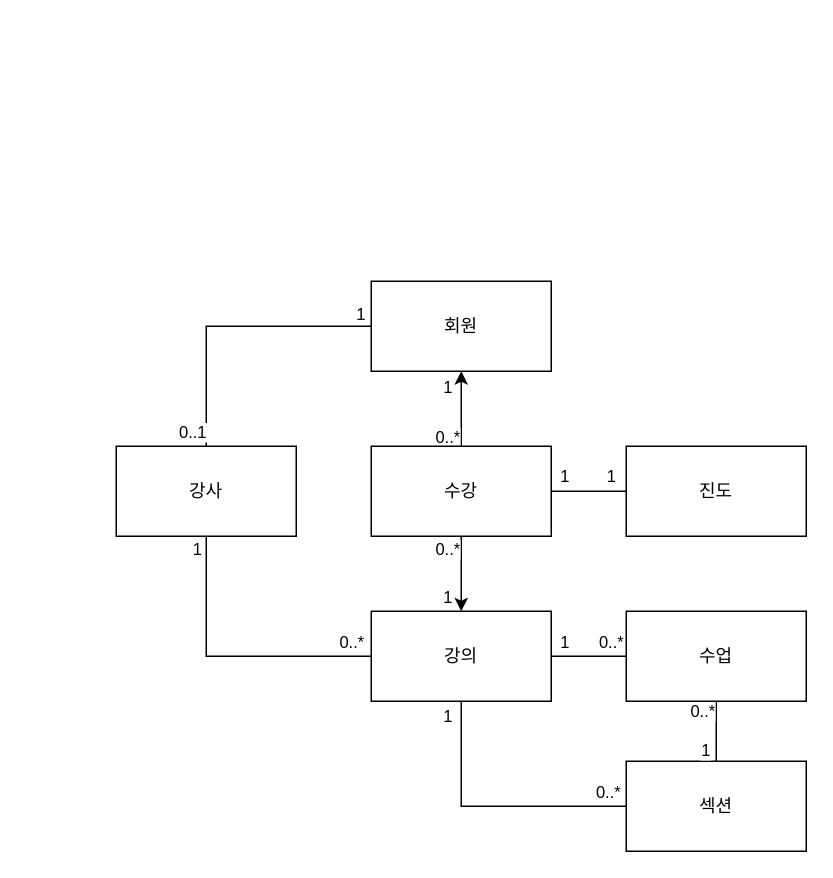
This is 도메인모델.drawio from YoungChulShin/inflearn-tobi-clearn-spring-part2, a draw.io file, before an edit. Source tidied: cells renumbered, new cells numbered last; positions are measured from the earlier drawing's top-left corner, leaving out a move shared by most shapes. Both pictures are drawn from the tidied source at 150%, with x=0, y=0 at pixel (116, 280).
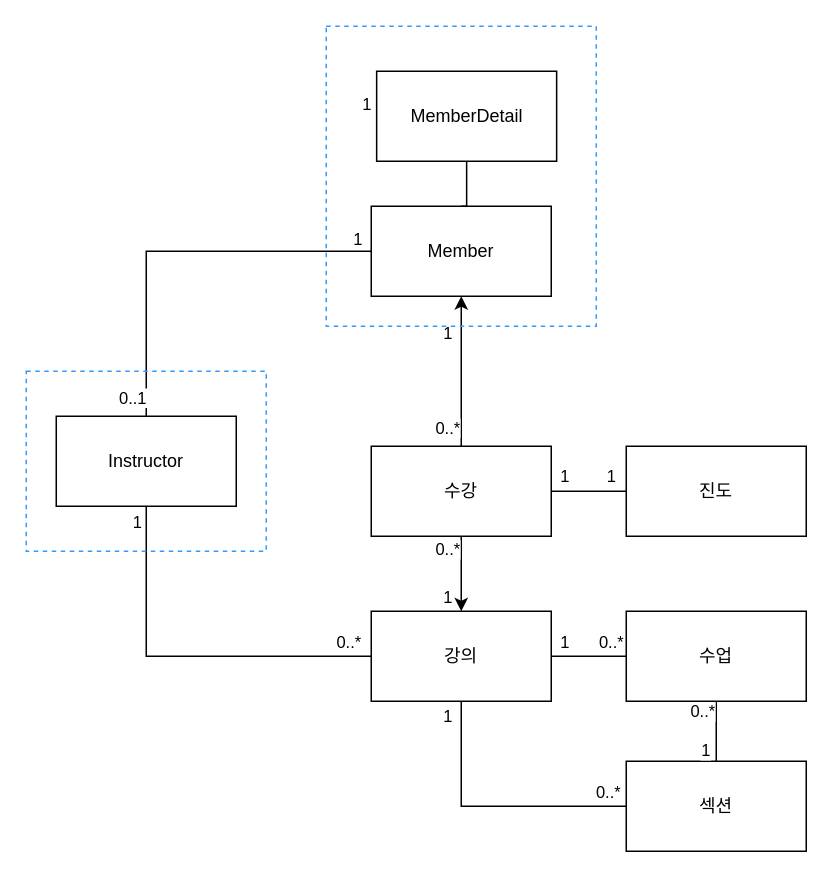
After the change.

Unchanged cells that the change refers to:
```xml
<mxCell id="4" value="강의" style="rounded=0;whiteSpace=wrap;html=1;" parent="1" vertex="1">
  <mxGeometry x="170" y="220" width="120" height="60" as="geometry" />
</mxCell>
```

Change to the diagram source:
```diff
@@
+    <mxCell id="32" style="edgeStyle=orthogonalEdgeStyle;rounded=0;jettySize=auto;html=1;exitX=0.5;exitY=0;exitDx=0;exitDy=0;entryX=0.5;entryY=1;entryDx=0;entryDy=0;endArrow=none;endFill=0;" parent="1" edge="1" source="2" target="33">
+      <mxGeometry relative="1" as="geometry" />
+    </mxCell>
-    <mxCell id="2" value="회원" style="rounded=0;whiteSpace=wrap;html=1;" parent="1" vertex="1">
-      <mxGeometry x="170" width="120" height="60" as="geometry" />
+    <mxCell id="2" value="Member" style="rounded=0;whiteSpace=wrap;html=1;" parent="1" vertex="1">
+      <mxGeometry x="170" y="-50" width="120" height="60" as="geometry" />
     </mxCell>
-    <mxCell id="3" value="강사" style="rounded=0;whiteSpace=wrap;html=1;" parent="1" vertex="1">
-      <mxGeometry y="110" width="120" height="60" as="geometry" />
+    <mxCell id="3" value="Instructor" style="rounded=0;whiteSpace=wrap;html=1;" parent="1" vertex="1">
+      <mxGeometry x="-40" y="90" width="120" height="60" as="geometry" />
     </mxCell>
@@
     <mxCell id="15" style="endArrow=none;html=1;rounded=0;entryX=0;entryY=0.5;entryDx=0;entryDy=0;exitX=0.5;exitY=0;exitDx=0;exitDy=0;" parent="1" edge="1" source="3" target="2">
       <mxGeometry relative="1" as="geometry">
         <Array as="points">
-          <mxPoint x="60" y="30" />
+          <mxPoint x="20" y="-20" />
         </Array>
       </mxGeometry>
     </mxCell>
@@
     <mxCell id="18" style="endArrow=none;html=1;rounded=0;entryX=0.5;entryY=1;entryDx=0;entryDy=0;exitX=0;exitY=0.5;exitDx=0;exitDy=0;" parent="1" edge="1" source="4" target="3">
       <mxGeometry relative="1" as="geometry">
         <Array as="points">
-          <mxPoint x="60" y="250" />
+          <mxPoint x="20" y="250" />
         </Array>
       </mxGeometry>
     </mxCell>
@@
+    <mxCell id="33" value="MemberDetail" style="rounded=0;whiteSpace=wrap;html=1;" parent="1" vertex="1">
+      <mxGeometry x="173.6" y="-140" width="120" height="60" as="geometry" />
+    </mxCell>
+    <mxCell id="34" value="1" style="edgeLabel;html=1;align=center;verticalAlign=middle;" parent="1" vertex="1">
+      <mxGeometry x="166.4" y="-119" as="geometry" />
+    </mxCell>
+    <mxCell id="35" style="rounded=0;whiteSpace=wrap;html=1;strokeColor=#3399FF;dashed=1;fillColor=none;" parent="1" vertex="1">
+      <mxGeometry x="140" y="-170" width="180" height="200" as="geometry" />
+    </mxCell>
+    <mxCell id="36" style="rounded=0;whiteSpace=wrap;html=1;strokeColor=#3399FF;dashed=1;fillColor=none;" parent="1" vertex="1">
+      <mxGeometry x="-60" y="60" width="160" height="120" as="geometry" />
+    </mxCell>
```
